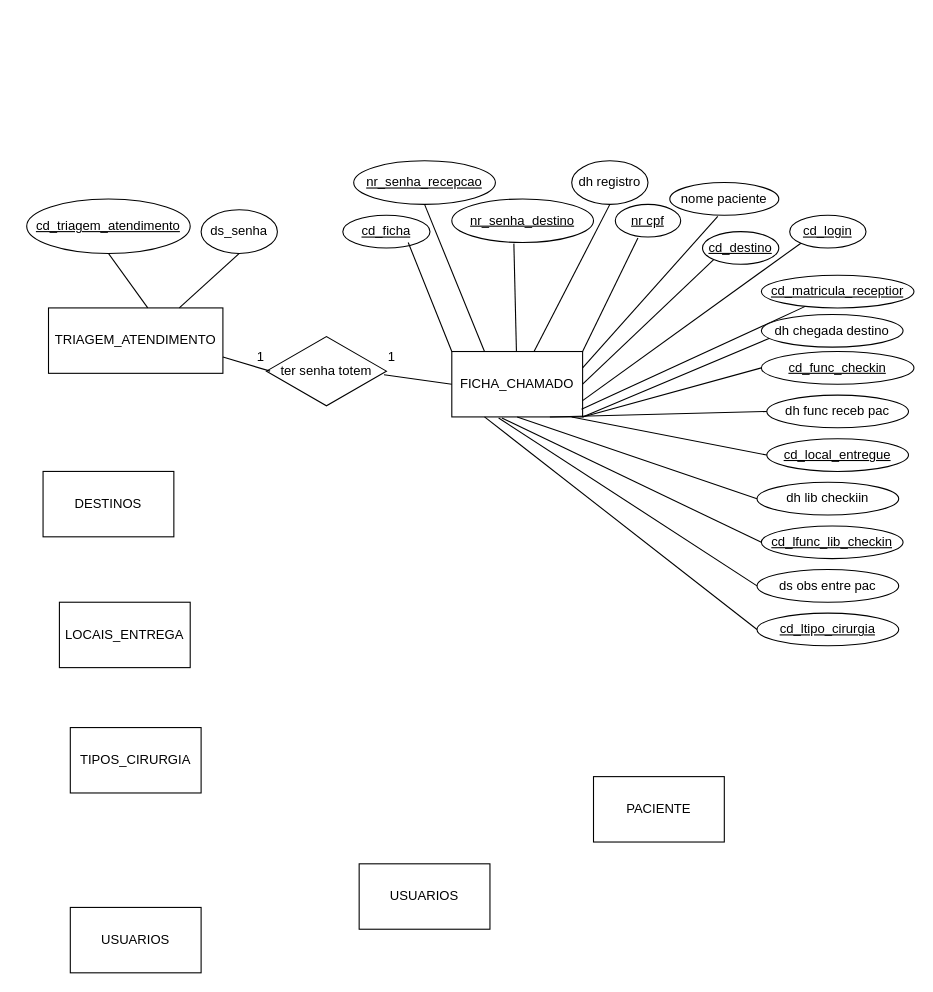
Earlier version of the draw.io diagram der sgmp.drawio (marcos-renato/MODELOS-DRAWIO). Source tidied: cells renumbered, new cells numbered last; positions are measured from the earlier drawing's top-left corner, leaving out a move shared by most shapes. Both pictures are drawn from the tidied source at 109%, with x=0, y=0 at pixel (26, 160).
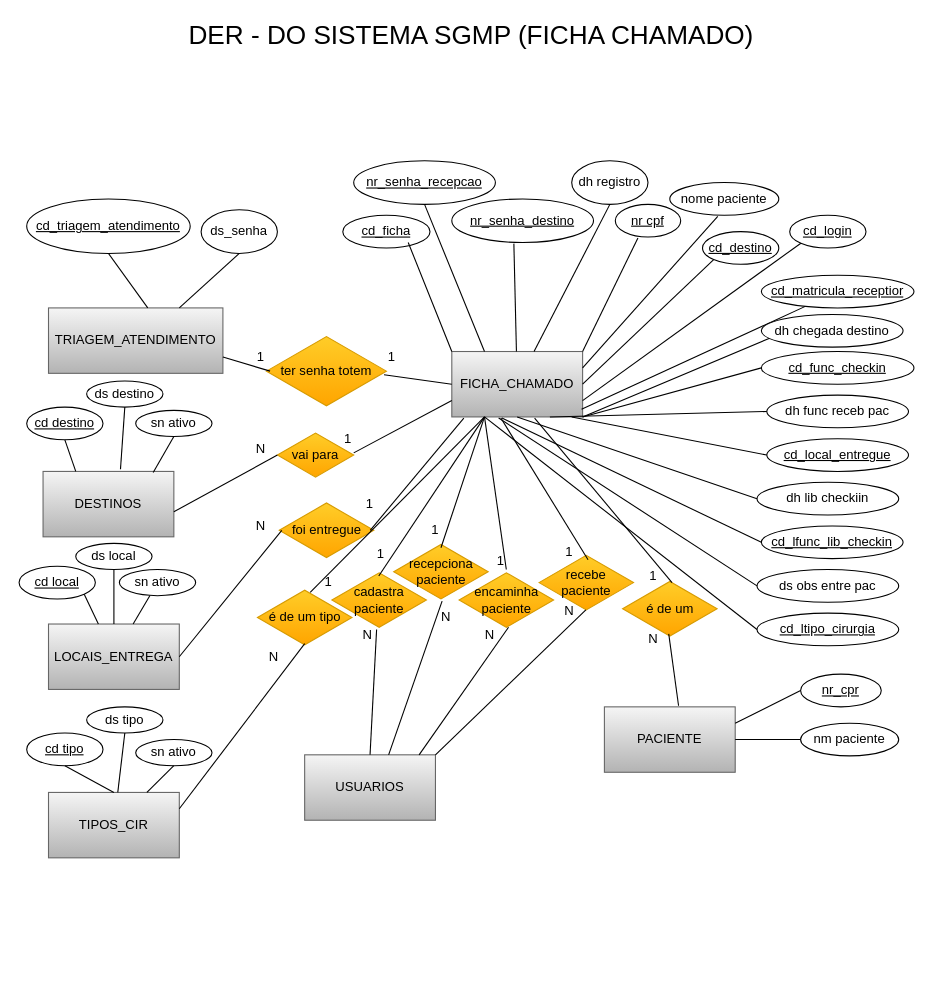
Above is the later version.

What changed in the source:
```diff
@@
-    <mxCell id="2" value="TRIAGEM_ATENDIMENTO" style="rounded=0;whiteSpace=wrap;html=1;" parent="1" vertex="1">
+    <mxCell id="2" value="TRIAGEM_ATENDIMENTO" style="rounded=0;whiteSpace=wrap;html=1;fillColor=#f5f5f5;gradientColor=#b3b3b3;strokeColor=#666666;" parent="1" vertex="1">
       <mxGeometry x="20" y="135" width="160" height="60" as="geometry" />
     </mxCell>
@@
-    <mxCell id="7" value="FICHA_CHAMADO" style="rounded=0;whiteSpace=wrap;html=1;" parent="1" vertex="1">
+    <mxCell id="7" value="FICHA_CHAMADO" style="rounded=0;whiteSpace=wrap;html=1;fillColor=#f5f5f5;gradientColor=#b3b3b3;strokeColor=#666666;" parent="1" vertex="1">
       <mxGeometry x="390" y="175" width="120" height="60" as="geometry" />
     </mxCell>
@@
-    <mxCell id="42" value="ter senha totem" style="html=1;whiteSpace=wrap;shape=isoRectangle;" parent="1" vertex="1">
+    <mxCell id="42" value="ter senha totem" style="html=1;whiteSpace=wrap;shape=isoRectangle;fillColor=#ffcd28;gradientColor=#ffa500;strokeColor=#d79b00;" parent="1" vertex="1">
       <mxGeometry x="220" y="160" width="110" height="66" as="geometry" />
     </mxCell>
@@
-    <mxCell id="47" value="DESTINOS" style="rounded=0;whiteSpace=wrap;html=1;" parent="1" vertex="1">
+    <mxCell id="47" value="DESTINOS" style="rounded=0;whiteSpace=wrap;html=1;fillColor=#f5f5f5;gradientColor=#b3b3b3;strokeColor=#666666;" parent="1" vertex="1">
       <mxGeometry x="15" y="285" width="120" height="60" as="geometry" />
     </mxCell>
-    <mxCell id="48" value="LOCAIS_ENTREGA" style="rounded=0;whiteSpace=wrap;html=1;" parent="1" vertex="1">
-      <mxGeometry x="30" y="405" width="120" height="60" as="geometry" />
+    <mxCell id="48" value="LOCAIS_ENTREGA" style="rounded=0;whiteSpace=wrap;html=1;fillColor=#f5f5f5;gradientColor=#b3b3b3;strokeColor=#666666;" parent="1" vertex="1">
+      <mxGeometry x="20" y="425" width="120" height="60" as="geometry" />
     </mxCell>
-    <mxCell id="49" value="TIPOS_CIRURGIA" style="rounded=0;whiteSpace=wrap;html=1;" parent="1" vertex="1">
-      <mxGeometry x="40" y="520" width="120" height="60" as="geometry" />
+    <mxCell id="49" value="TIPOS_CIR" style="rounded=0;whiteSpace=wrap;html=1;fillColor=#f5f5f5;gradientColor=#b3b3b3;strokeColor=#666666;" parent="1" vertex="1">
+      <mxGeometry x="20" y="579.5" width="120" height="60" as="geometry" />
     </mxCell>
-    <mxCell id="50" value="USUARIOS" style="rounded=0;whiteSpace=wrap;html=1;" parent="1" vertex="1">
-      <mxGeometry x="40" y="685" width="120" height="60" as="geometry" />
-    </mxCell>
-    <mxCell id="51" value="USUARIOS" style="rounded=0;whiteSpace=wrap;html=1;" parent="1" vertex="1">
-      <mxGeometry x="305" y="645" width="120" height="60" as="geometry" />
+    <mxCell id="51" value="USUARIOS" style="rounded=0;whiteSpace=wrap;html=1;fillColor=#f5f5f5;gradientColor=#b3b3b3;strokeColor=#666666;" parent="1" vertex="1">
+      <mxGeometry x="255" y="545" width="120" height="60" as="geometry" />
     </mxCell>
-    <mxCell id="52" value="PACIENTE" style="rounded=0;whiteSpace=wrap;html=1;" parent="1" vertex="1">
-      <mxGeometry x="520" y="565" width="120" height="60" as="geometry" />
+    <mxCell id="52" value="PACIENTE" style="rounded=0;whiteSpace=wrap;html=1;fillColor=#f5f5f5;gradientColor=#b3b3b3;strokeColor=#666666;" parent="1" vertex="1">
+      <mxGeometry x="530" y="501" width="120" height="60" as="geometry" />
     </mxCell>
+    <mxCell id="53" value="&lt;u&gt;cd destino&lt;/u&gt;" style="ellipse;whiteSpace=wrap;html=1;" parent="1" vertex="1">
+      <mxGeometry y="226" width="70" height="30" as="geometry" />
+    </mxCell>
+    <mxCell id="54" value="ds destino" style="ellipse;whiteSpace=wrap;html=1;" parent="1" vertex="1">
+      <mxGeometry x="55" y="202" width="70" height="24" as="geometry" />
+    </mxCell>
+    <mxCell id="55" value="sn ativo" style="ellipse;whiteSpace=wrap;html=1;" parent="1" vertex="1">
+      <mxGeometry x="100" y="229" width="70" height="24" as="geometry" />
+    </mxCell>
+    <mxCell id="56" style="endArrow=none;html=1;rounded=0;entryX=0.5;entryY=1;entryDx=0;entryDy=0;exitX=0.25;exitY=0;exitDx=0;exitDy=0;" parent="1" edge="1" source="47" target="53">
+      <mxGeometry relative="1" as="geometry" />
+    </mxCell>
+    <mxCell id="57" style="endArrow=none;html=1;rounded=0;entryX=0.5;entryY=1;entryDx=0;entryDy=0;exitX=0.592;exitY=-0.033;exitDx=0;exitDy=0;exitPerimeter=0;" parent="1" edge="1" source="47" target="54">
+      <mxGeometry relative="1" as="geometry" />
+    </mxCell>
+    <mxCell id="58" style="endArrow=none;html=1;rounded=0;entryX=0.5;entryY=1;entryDx=0;entryDy=0;exitX=0.842;exitY=0.017;exitDx=0;exitDy=0;exitPerimeter=0;" parent="1" edge="1" source="47" target="55">
+      <mxGeometry relative="1" as="geometry" />
+    </mxCell>
+    <mxCell id="59" value="vai para" style="html=1;whiteSpace=wrap;shape=isoRectangle;fillColor=#ffcd28;gradientColor=#ffa500;strokeColor=#d79b00;" parent="1" vertex="1">
+      <mxGeometry x="230" y="249" width="70" height="42" as="geometry" />
+    </mxCell>
+    <mxCell id="60" style="endArrow=none;html=1;rounded=0;exitX=1;exitY=0.617;exitDx=0;exitDy=0;exitPerimeter=0;entryX=0;entryY=0.5;entryDx=0;entryDy=0;entryPerimeter=0;" parent="1" edge="1" source="47" target="59">
+      <mxGeometry relative="1" as="geometry" />
+    </mxCell>
+    <mxCell id="61" style="endArrow=none;html=1;rounded=0;entryX=0;entryY=0.75;entryDx=0;entryDy=0;exitX=1;exitY=0.452;exitDx=0;exitDy=0;exitPerimeter=0;" parent="1" edge="1" source="59" target="7">
+      <mxGeometry relative="1" as="geometry" />
+    </mxCell>
+    <mxCell id="62" value="1" style="text;html=1;strokeColor=none;fillColor=none;align=center;verticalAlign=middle;whiteSpace=wrap;rounded=0;" parent="1" vertex="1">
+      <mxGeometry x="280" y="245" width="30" height="20" as="geometry" />
+    </mxCell>
+    <mxCell id="63" value="N" style="text;html=1;strokeColor=none;fillColor=none;align=center;verticalAlign=middle;whiteSpace=wrap;rounded=0;" parent="1" vertex="1">
+      <mxGeometry x="200" y="255" width="30" height="20" as="geometry" />
+    </mxCell>
+    <mxCell id="64" value="foi entregue" style="html=1;whiteSpace=wrap;shape=isoRectangle;fillColor=#ffcd28;gradientColor=#ffa500;strokeColor=#d79b00;" parent="1" vertex="1">
+      <mxGeometry x="231.7" y="313" width="86.7" height="52" as="geometry" />
+    </mxCell>
+    <mxCell id="65" style="endArrow=none;html=1;rounded=0;entryX=0.092;entryY=1.017;entryDx=0;entryDy=0;entryPerimeter=0;exitX=0.962;exitY=0.5;exitDx=0;exitDy=0;exitPerimeter=0;" parent="1" edge="1" source="64" target="7">
+      <mxGeometry relative="1" as="geometry" />
+    </mxCell>
+    <mxCell id="66" style="endArrow=none;html=1;rounded=0;entryX=0.027;entryY=0.5;entryDx=0;entryDy=0;entryPerimeter=0;exitX=1;exitY=0.5;exitDx=0;exitDy=0;" parent="1" edge="1" source="48" target="64">
+      <mxGeometry relative="1" as="geometry" />
+    </mxCell>
+    <mxCell id="67" value="1" style="text;html=1;strokeColor=none;fillColor=none;align=center;verticalAlign=middle;whiteSpace=wrap;rounded=0;" parent="1" vertex="1">
+      <mxGeometry x="300" y="305" width="30" height="20" as="geometry" />
+    </mxCell>
+    <mxCell id="68" value="N" style="text;html=1;strokeColor=none;fillColor=none;align=center;verticalAlign=middle;whiteSpace=wrap;rounded=0;" parent="1" vertex="1">
+      <mxGeometry x="200" y="325" width="30" height="20" as="geometry" />
+    </mxCell>
+    <mxCell id="69" value="&lt;u&gt;cd local&lt;/u&gt;" style="ellipse;whiteSpace=wrap;html=1;" parent="1" vertex="1">
+      <mxGeometry x="-7" y="372" width="70" height="30" as="geometry" />
+    </mxCell>
+    <mxCell id="70" style="endArrow=none;html=1;rounded=0;entryX=1;entryY=1;entryDx=0;entryDy=0;" parent="1" edge="1" source="48" target="69">
+      <mxGeometry relative="1" as="geometry" />
+    </mxCell>
+    <mxCell id="71" value="ds local" style="ellipse;whiteSpace=wrap;html=1;" parent="1" vertex="1">
+      <mxGeometry x="45" y="351" width="70" height="24" as="geometry" />
+    </mxCell>
+    <mxCell id="72" style="endArrow=none;html=1;rounded=0;entryX=0.5;entryY=1;entryDx=0;entryDy=0;exitX=0.5;exitY=0;exitDx=0;exitDy=0;" parent="1" edge="1" source="48" target="71">
+      <mxGeometry relative="1" as="geometry" />
+    </mxCell>
+    <mxCell id="73" value="sn ativo" style="ellipse;whiteSpace=wrap;html=1;" parent="1" vertex="1">
+      <mxGeometry x="85" y="375" width="70" height="24" as="geometry" />
+    </mxCell>
+    <mxCell id="74" style="endArrow=none;html=1;rounded=0;" parent="1" edge="1" source="48" target="73">
+      <mxGeometry relative="1" as="geometry" />
+    </mxCell>
+    <mxCell id="75" value="&lt;u&gt;cd tipo&lt;/u&gt;" style="ellipse;whiteSpace=wrap;html=1;" parent="1" vertex="1">
+      <mxGeometry y="525" width="70" height="30" as="geometry" />
+    </mxCell>
+    <mxCell id="76" value="ds tipo" style="ellipse;whiteSpace=wrap;html=1;" parent="1" vertex="1">
+      <mxGeometry x="55" y="501" width="70" height="24" as="geometry" />
+    </mxCell>
+    <mxCell id="77" value="sn ativo" style="ellipse;whiteSpace=wrap;html=1;" parent="1" vertex="1">
+      <mxGeometry x="100" y="531" width="70" height="24" as="geometry" />
+    </mxCell>
+    <mxCell id="78" style="endArrow=none;html=1;rounded=0;entryX=0.5;entryY=1;entryDx=0;entryDy=0;exitX=0.5;exitY=0;exitDx=0;exitDy=0;" parent="1" edge="1" source="49" target="75">
+      <mxGeometry relative="1" as="geometry" />
+    </mxCell>
+    <mxCell id="79" style="endArrow=none;html=1;rounded=0;entryX=0.5;entryY=1;entryDx=0;entryDy=0;" parent="1" edge="1" source="49" target="76">
+      <mxGeometry relative="1" as="geometry" />
+    </mxCell>
+    <mxCell id="80" style="endArrow=none;html=1;rounded=0;entryX=0.5;entryY=1;entryDx=0;entryDy=0;" parent="1" edge="1" source="49" target="77">
+      <mxGeometry relative="1" as="geometry" />
+    </mxCell>
+    <mxCell id="81" value="é de um tipo" style="html=1;whiteSpace=wrap;shape=isoRectangle;fillColor=#ffcd28;gradientColor=#ffa500;strokeColor=#d79b00;" parent="1" vertex="1">
+      <mxGeometry x="211.7" y="393" width="86.7" height="52" as="geometry" />
+    </mxCell>
+    <mxCell id="82" style="endArrow=none;html=1;rounded=0;entryX=0.25;entryY=1;entryDx=0;entryDy=0;exitX=0.558;exitY=0.058;exitDx=0;exitDy=0;exitPerimeter=0;" parent="1" edge="1" source="81" target="7">
+      <mxGeometry relative="1" as="geometry" />
+    </mxCell>
+    <mxCell id="83" style="endArrow=none;html=1;rounded=0;entryX=0.5;entryY=0.962;entryDx=0;entryDy=0;entryPerimeter=0;exitX=1;exitY=0.25;exitDx=0;exitDy=0;" parent="1" edge="1" source="49" target="81">
+      <mxGeometry relative="1" as="geometry" />
+    </mxCell>
+    <mxCell id="84" value="1" style="text;html=1;strokeColor=none;fillColor=none;align=center;verticalAlign=middle;whiteSpace=wrap;rounded=0;" parent="1" vertex="1">
+      <mxGeometry x="261.7" y="377" width="30" height="20" as="geometry" />
+    </mxCell>
+    <mxCell id="85" value="N" style="text;html=1;strokeColor=none;fillColor=none;align=center;verticalAlign=middle;whiteSpace=wrap;rounded=0;" parent="1" vertex="1">
+      <mxGeometry x="211.7" y="445" width="30" height="20" as="geometry" />
+    </mxCell>
+    <mxCell id="86" value="&lt;u&gt;nr_cpr&lt;/u&gt;" style="ellipse;whiteSpace=wrap;html=1;" parent="1" vertex="1">
+      <mxGeometry x="710" y="471" width="74" height="30" as="geometry" />
+    </mxCell>
+    <mxCell id="87" style="endArrow=none;html=1;rounded=0;entryX=0;entryY=0.5;entryDx=0;entryDy=0;exitX=1;exitY=0.25;exitDx=0;exitDy=0;" parent="1" edge="1" source="52" target="86">
+      <mxGeometry relative="1" as="geometry" />
+    </mxCell>
+    <mxCell id="88" value="nm paciente" style="ellipse;whiteSpace=wrap;html=1;" parent="1" vertex="1">
+      <mxGeometry x="710" y="516" width="90" height="30" as="geometry" />
+    </mxCell>
+    <mxCell id="89" style="endArrow=none;html=1;rounded=0;entryX=0;entryY=0.5;entryDx=0;entryDy=0;exitX=1;exitY=0.5;exitDx=0;exitDy=0;" parent="1" edge="1" source="52" target="88">
+      <mxGeometry relative="1" as="geometry" />
+    </mxCell>
+    <mxCell id="90" value="cadastra paciente" style="html=1;whiteSpace=wrap;shape=isoRectangle;fillColor=#ffcd28;gradientColor=#ffa500;strokeColor=#d79b00;" parent="1" vertex="1">
+      <mxGeometry x="280" y="377" width="86.7" height="52" as="geometry" />
+    </mxCell>
+    <mxCell id="91" value="é de um" style="html=1;whiteSpace=wrap;shape=isoRectangle;fillColor=#ffcd28;gradientColor=#ffa500;strokeColor=#d79b00;" parent="1" vertex="1">
+      <mxGeometry x="546.7" y="385" width="86.7" height="52" as="geometry" />
+    </mxCell>
+    <mxCell id="92" style="endArrow=none;html=1;rounded=0;exitX=0.496;exitY=0.077;exitDx=0;exitDy=0;exitPerimeter=0;" parent="1" edge="1" source="90">
+      <mxGeometry relative="1" as="geometry">
+        <mxPoint x="420" y="235" as="targetPoint" />
+      </mxGeometry>
+    </mxCell>
+    <mxCell id="93" style="endArrow=none;html=1;rounded=0;exitX=0.473;exitY=1.019;exitDx=0;exitDy=0;exitPerimeter=0;entryX=0.5;entryY=0;entryDx=0;entryDy=0;" parent="1" edge="1" source="90" target="51">
+      <mxGeometry relative="1" as="geometry" />
+    </mxCell>
+    <mxCell id="94" value="recepciona paciente" style="html=1;whiteSpace=wrap;shape=isoRectangle;fillColor=#ffcd28;gradientColor=#ffa500;strokeColor=#d79b00;" parent="1" vertex="1">
+      <mxGeometry x="336.7" y="351" width="86.7" height="52" as="geometry" />
+    </mxCell>
+    <mxCell id="95" value="encaminha&lt;br&gt;paciente" style="html=1;whiteSpace=wrap;shape=isoRectangle;fillColor=#ffcd28;gradientColor=#ffa500;strokeColor=#d79b00;" parent="1" vertex="1">
+      <mxGeometry x="396.7" y="377" width="86.7" height="52" as="geometry" />
+    </mxCell>
+    <mxCell id="96" value="recebe paciente" style="html=1;whiteSpace=wrap;shape=isoRectangle;fillColor=#ffcd28;gradientColor=#ffa500;strokeColor=#d79b00;" parent="1" vertex="1">
+      <mxGeometry x="470" y="361" width="86.7" height="52" as="geometry" />
+    </mxCell>
+    <mxCell id="97" style="endArrow=none;html=1;rounded=0;entryX=0.25;entryY=1;entryDx=0;entryDy=0;exitX=0.5;exitY=0.077;exitDx=0;exitDy=0;exitPerimeter=0;" parent="1" edge="1" source="94" target="7">
+      <mxGeometry relative="1" as="geometry" />
+    </mxCell>
+    <mxCell id="98" style="endArrow=none;html=1;rounded=0;entryX=0.512;entryY=1.019;entryDx=0;entryDy=0;entryPerimeter=0;exitX=0.642;exitY=0;exitDx=0;exitDy=0;exitPerimeter=0;" parent="1" edge="1" source="51" target="94">
+      <mxGeometry relative="1" as="geometry" />
+    </mxCell>
+    <mxCell id="99" style="endArrow=none;html=1;rounded=0;" parent="1" edge="1">
+      <mxGeometry relative="1" as="geometry">
+        <mxPoint x="440" y="375" as="sourcePoint" />
+        <mxPoint x="420" y="235" as="targetPoint" />
+      </mxGeometry>
+    </mxCell>
+    <mxCell id="100" style="endArrow=none;html=1;rounded=0;entryX=0.875;entryY=0;entryDx=0;entryDy=0;entryPerimeter=0;exitX=0.523;exitY=0.981;exitDx=0;exitDy=0;exitPerimeter=0;" parent="1" edge="1" source="95" target="51">
+      <mxGeometry relative="1" as="geometry" />
+    </mxCell>
+    <mxCell id="101" style="endArrow=none;html=1;rounded=0;entryX=0.519;entryY=0.096;entryDx=0;entryDy=0;entryPerimeter=0;exitX=0.375;exitY=1.017;exitDx=0;exitDy=0;exitPerimeter=0;" parent="1" edge="1" source="7" target="96">
+      <mxGeometry relative="1" as="geometry" />
+    </mxCell>
+    <mxCell id="102" style="endArrow=none;html=1;rounded=0;entryX=0.496;entryY=0.981;entryDx=0;entryDy=0;entryPerimeter=0;exitX=1;exitY=0;exitDx=0;exitDy=0;" parent="1" edge="1" source="51" target="96">
+      <mxGeometry relative="1" as="geometry" />
+    </mxCell>
+    <mxCell id="103" style="endArrow=none;html=1;rounded=0;entryX=0.523;entryY=0.038;entryDx=0;entryDy=0;entryPerimeter=0;exitX=0.633;exitY=1.017;exitDx=0;exitDy=0;exitPerimeter=0;" parent="1" edge="1" source="7" target="91">
+      <mxGeometry relative="1" as="geometry" />
+    </mxCell>
+    <mxCell id="104" style="endArrow=none;html=1;rounded=0;entryX=0.488;entryY=0.942;entryDx=0;entryDy=0;entryPerimeter=0;exitX=0.567;exitY=-0.017;exitDx=0;exitDy=0;exitPerimeter=0;" parent="1" edge="1" source="52" target="91">
+      <mxGeometry relative="1" as="geometry" />
+    </mxCell>
+    <mxCell id="105" value="1" style="text;html=1;strokeColor=none;fillColor=none;align=center;verticalAlign=middle;whiteSpace=wrap;rounded=0;" parent="1" vertex="1">
+      <mxGeometry x="310" y="351" width="30" height="20" as="geometry" />
+    </mxCell>
+    <mxCell id="106" value="1" style="text;html=1;strokeColor=none;fillColor=none;align=center;verticalAlign=middle;whiteSpace=wrap;rounded=0;" parent="1" vertex="1">
+      <mxGeometry x="360" y="329" width="30" height="20" as="geometry" />
+    </mxCell>
+    <mxCell id="107" value="1" style="text;html=1;strokeColor=none;fillColor=none;align=center;verticalAlign=middle;whiteSpace=wrap;rounded=0;" parent="1" vertex="1">
+      <mxGeometry x="420" y="357" width="30" height="20" as="geometry" />
+    </mxCell>
+    <mxCell id="108" value="1" style="text;html=1;strokeColor=none;fillColor=none;align=center;verticalAlign=middle;whiteSpace=wrap;rounded=0;" parent="1" vertex="1">
+      <mxGeometry x="483.3" y="349" width="30" height="20" as="geometry" />
+    </mxCell>
+    <mxCell id="109" value="1" style="text;html=1;strokeColor=none;fillColor=none;align=center;verticalAlign=middle;whiteSpace=wrap;rounded=0;" parent="1" vertex="1">
+      <mxGeometry x="560" y="371" width="30" height="20" as="geometry" />
+    </mxCell>
+    <mxCell id="110" value="N" style="text;html=1;strokeColor=none;fillColor=none;align=center;verticalAlign=middle;whiteSpace=wrap;rounded=0;" parent="1" vertex="1">
+      <mxGeometry x="298.3" y="425" width="30" height="20" as="geometry" />
+    </mxCell>
+    <mxCell id="111" value="N" style="text;html=1;strokeColor=none;fillColor=none;align=center;verticalAlign=middle;whiteSpace=wrap;rounded=0;" parent="1" vertex="1">
+      <mxGeometry x="370" y="409" width="30" height="20" as="geometry" />
+    </mxCell>
+    <mxCell id="112" value="N" style="text;html=1;strokeColor=none;fillColor=none;align=center;verticalAlign=middle;whiteSpace=wrap;rounded=0;" parent="1" vertex="1">
+      <mxGeometry x="410" y="425" width="30" height="20" as="geometry" />
+    </mxCell>
+    <mxCell id="113" value="N" style="text;html=1;strokeColor=none;fillColor=none;align=center;verticalAlign=middle;whiteSpace=wrap;rounded=0;" parent="1" vertex="1">
+      <mxGeometry x="483.3" y="403" width="30" height="20" as="geometry" />
+    </mxCell>
+    <mxCell id="114" value="N" style="text;html=1;strokeColor=none;fillColor=none;align=center;verticalAlign=middle;whiteSpace=wrap;rounded=0;" parent="1" vertex="1">
+      <mxGeometry x="560" y="429" width="30" height="20" as="geometry" />
+    </mxCell>
+    <mxCell id="115" value="&lt;font style=&quot;font-size: 24px;&quot;&gt;DER - DO SISTEMA SGMP (FICHA CHAMADO)&lt;/font&gt;" style="text;html=1;strokeColor=none;fillColor=none;align=center;verticalAlign=middle;whiteSpace=wrap;rounded=0;" parent="1" vertex="1">
+      <mxGeometry x="13" y="-130" width="790" height="30" as="geometry" />
+    </mxCell>
```
